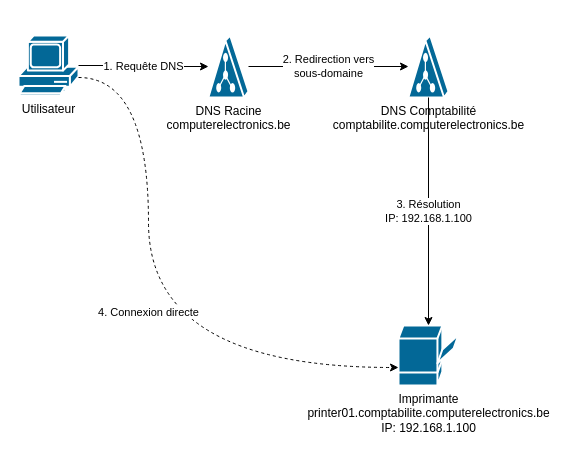
This is diagrams/dns_resolution_printer.drawio from choquitofrito/ActiveDirectory, a draw.io file, before an edit. Source tidied: cells renumbered, new cells numbered last; positions are measured from the earlier drawing's top-left corner, leaving out a move shared by most shapes. Both pictures are drawn from the tidied source at 100%, with x=0, y=0 at pixel (18, 35).
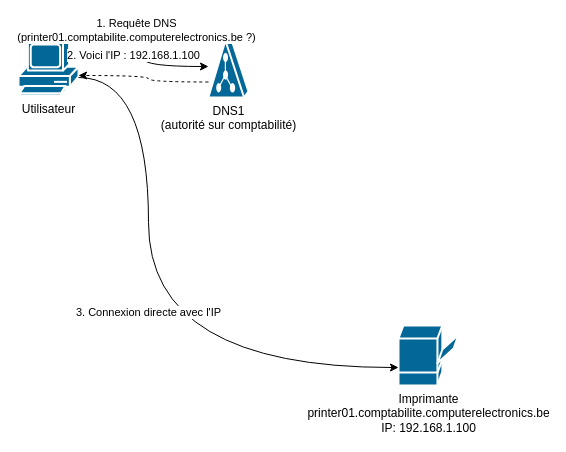
After the change.

What changed in the source:
```diff
@@
 <mxGraphModel>
   <root>
     <mxCell id="0" />
     <mxCell id="1" parent="0" />
     <mxCell id="2" value="Utilisateur" style="shape=mxgraph.cisco.computers_and_peripherals.pc;html=1;dashed=0;fillColor=#036897;strokeColor=#ffffff;strokeWidth=2;verticalLabelPosition=bottom;verticalAlign=top;align=center;outlineConnect=0;" parent="1" vertex="1">
       <mxGeometry width="60" height="60" as="geometry" />
     </mxCell>
-    <mxCell id="3" value="DNS Racine&#10;computerelectronics.be" style="shape=mxgraph.cisco.servers.directory_server;html=1;dashed=0;fillColor=#036897;strokeColor=#ffffff;strokeWidth=2;verticalLabelPosition=bottom;verticalAlign=top;align=center;outlineConnect=0;" parent="1" vertex="1">
-      <mxGeometry x="190" width="40" height="62" as="geometry" />
-    </mxCell>
-    <mxCell id="4" value="DNS Comptabilité&#10;comptabilite.computerelectronics.be" style="shape=mxgraph.cisco.servers.directory_server;html=1;dashed=0;fillColor=#036897;strokeColor=#ffffff;strokeWidth=2;verticalLabelPosition=bottom;verticalAlign=top;align=center;outlineConnect=0;" parent="1" vertex="1">
-      <mxGeometry x="390" width="40" height="62" as="geometry" />
-    </mxCell>
+    <mxCell id="10" value="DNS1&#10;(autorité sur comptabilité)" style="shape=mxgraph.cisco.servers.directory_server;html=1;dashed=0;fillColor=#036897;strokeColor=#ffffff;strokeWidth=2;verticalLabelPosition=bottom;verticalAlign=top;align=center;outlineConnect=0;" parent="1" vertex="1">
+      <mxGeometry x="190" width="40" height="62" as="geometry" />
+    </mxCell>
     <mxCell id="5" value="Imprimante&#10;printer01.comptabilite.computerelectronics.be&#10;IP: 192.168.1.100" style="shape=mxgraph.cisco.computers_and_peripherals.printer;html=1;dashed=0;fillColor=#036897;strokeColor=#ffffff;strokeWidth=2;verticalLabelPosition=bottom;verticalAlign=top;align=center;outlineConnect=0;" parent="1" vertex="1">
       <mxGeometry x="380" y="290" width="60" height="60" as="geometry" />
     </mxCell>
-    <mxCell id="6" value="1. Requête DNS" style="edgeStyle=orthogonalEdgeStyle;rounded=0;jettySize=auto;html=1;exitX=1;exitY=0.5;entryX=0;entryY=0.5;" parent="1" edge="1" source="2" target="3">
-      <mxGeometry relative="1" as="geometry" />
+    <mxCell id="6" value="1. Requête DNS&#10;(printer01.comptabilite.computerelectronics.be ?)" style="edgeStyle=orthogonalEdgeStyle;rounded=0;jettySize=auto;html=1;exitX=1;exitY=0.25;entryX=0;entryY=0.5;curved=1;" parent="1" edge="1" source="2" target="10">
+      <mxGeometry x="-0.2" y="20" relative="1" as="geometry" />
     </mxCell>
-    <mxCell id="7" value="2. Redirection vers&#10;sous-domaine" style="edgeStyle=orthogonalEdgeStyle;rounded=0;jettySize=auto;html=1;exitX=1;exitY=0.5;entryX=0;entryY=0.5;" parent="1" edge="1" source="3" target="4">
-      <mxGeometry relative="1" as="geometry" />
-    </mxCell>
-    <mxCell id="8" value="3. Résolution&#10;IP: 192.168.1.100" style="edgeStyle=orthogonalEdgeStyle;rounded=0;jettySize=auto;html=1;" parent="1" edge="1" source="4" target="5">
-      <mxGeometry relative="1" as="geometry" />
-    </mxCell>
+    <mxCell id="11" value="2. Voici l'IP : 192.168.1.100" style="edgeStyle=orthogonalEdgeStyle;rounded=0;jettySize=auto;html=1;exitX=0;exitY=0.75;dashed=1;curved=1;" parent="1" edge="1" source="10" target="2">
+      <mxGeometry x="0.2" y="-20" relative="1" as="geometry">
+        <Array as="points">
+          <mxPoint x="130" y="47" />
+          <mxPoint x="130" y="40" />
+        </Array>
+      </mxGeometry>
+    </mxCell>
-    <mxCell id="9" value="4. Connexion directe" style="edgeStyle=orthogonalEdgeStyle;rounded=0;jettySize=auto;html=1;exitX=1;exitY=0.7;entryX=0;entryY=0.7;dashed=1;curved=1;" parent="1" edge="1" source="2" target="5">
+    <mxCell id="9" value="3. Connexion directe avec l'IP" style="edgeStyle=orthogonalEdgeStyle;rounded=0;jettySize=auto;html=1;exitX=1;exitY=0.7;entryX=0;entryY=0.7;curved=1;" parent="1" edge="1" source="2" target="5">
       <mxGeometry relative="1" as="geometry">
         <Array as="points">
           <mxPoint x="130" y="42" />
           <mxPoint x="130" y="332" />
         </Array>
       </mxGeometry>
     </mxCell>
   </root>
 </mxGraphModel>
```
